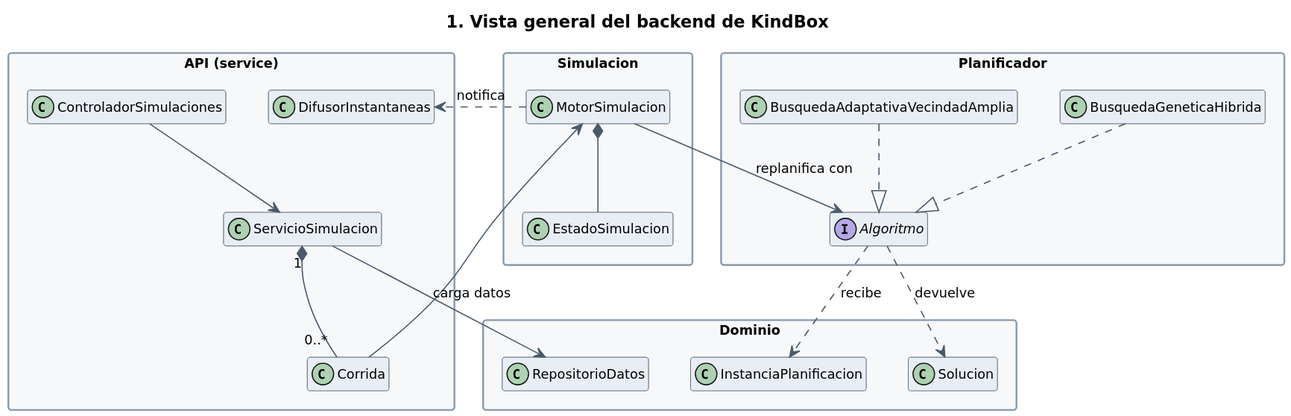
This is diagramas/clases/1-vista-general.svg from dp1-grupo-3c/metaheuristics-platform, a PlantUML export, as it was before one commit. The source it was exported from:
```plantuml
@startuml
!include estilo.iuml
hide members
title 1. Vista general del backend de KindBox

package "API (service)" {
  class ControladorSimulaciones
  class ServicioSimulacion
  class Corrida
  class DifusorInstantaneas
}

package "Simulacion" {
  class MotorSimulacion
  class EstadoSimulacion
}

package "Planificador" {
  interface Algoritmo
  class BusquedaGeneticaHibrida
  class BusquedaAdaptativaVecindadAmplia
}

package "Dominio" {
  class InstanciaPlanificacion
  class Solucion
  class RepositorioDatos
}

ControladorSimulaciones --> ServicioSimulacion
ServicioSimulacion "1" *-- "0..*" Corrida
Corrida --> MotorSimulacion
MotorSimulacion ..> DifusorInstantaneas : notifica
MotorSimulacion *-- EstadoSimulacion
MotorSimulacion --> Algoritmo : replanifica con
BusquedaGeneticaHibrida ..|> Algoritmo
BusquedaAdaptativaVecindadAmplia ..|> Algoritmo
Algoritmo ..> InstanciaPlanificacion : recibe
Algoritmo ..> Solucion : devuelve
ServicioSimulacion --> RepositorioDatos : carga datos
@enduml
```
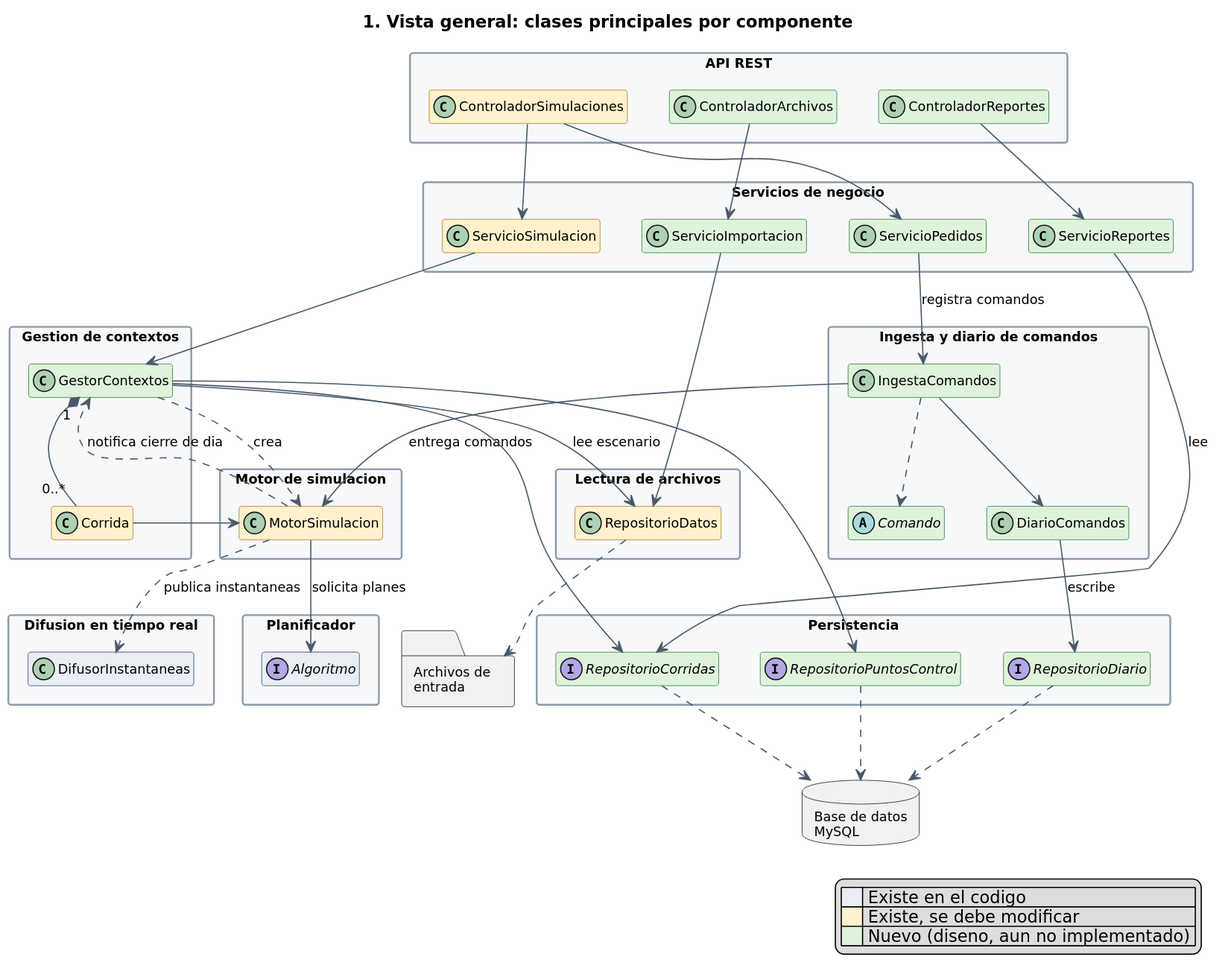
After the change.

The edit, as a diff of the source:
```diff
@@ -1,41 +1,75 @@
 @startuml
 !include estilo.iuml
+allowmixing
 hide members
-title 1. Vista general del backend de KindBox
+title 1. Vista general: clases principales por componente
 
-package "API (service)" {
-  class ControladorSimulaciones
-  class ServicioSimulacion
-  class Corrida
+package "API REST" as P_API {
+  class ControladorReportes <<nuevo>>
+  class ControladorSimulaciones <<modificar>>
+  class ControladorArchivos <<nuevo>>
+}
+package "Servicios de negocio" as P_SRV {
+  class ServicioSimulacion <<modificar>>
+  class ServicioPedidos <<nuevo>>
+  class ServicioImportacion <<nuevo>>
+  class ServicioReportes <<nuevo>>
+}
+package "Ingesta y diario de comandos" as P_ING {
+  class IngestaComandos <<nuevo>>
+  class DiarioComandos <<nuevo>>
+  abstract class Comando <<nuevo>>
+}
+package "Gestion de contextos" as P_CTX {
+  class GestorContextos <<nuevo>>
+  class Corrida <<modificar>>
+}
+package "Motor de simulacion" as P_MOT {
+  class MotorSimulacion <<modificar>>
+}
+package "Difusion en tiempo real" as P_DIF {
   class DifusorInstantaneas
 }
-
-package "Simulacion" {
-  class MotorSimulacion
-  class EstadoSimulacion
+package "Planificador" as P_PLA {
+  interface Algoritmo
+}
+package "Persistencia" as P_PER {
+  interface RepositorioCorridas <<nuevo>>
+  interface RepositorioPuntosControl <<nuevo>>
+  interface RepositorioDiario <<nuevo>>
+}
+package "Lectura de archivos" as P_ARC {
+  class RepositorioDatos <<modificar>>
 }
 
-package "Planificador" {
-  interface Algoritmo
-  class BusquedaGeneticaHibrida
-  class BusquedaAdaptativaVecindadAmplia
-}
-
-package "Dominio" {
-  class InstanciaPlanificacion
-  class Solucion
-  class RepositorioDatos
-}
+database "Base de datos\nMySQL" as BD
+folder "Archivos de\nentrada" as AR
 
 ControladorSimulaciones --> ServicioSimulacion
-ServicioSimulacion "1" *-- "0..*" Corrida
+ControladorSimulaciones --> ServicioPedidos
+ControladorArchivos --> ServicioImportacion
+ControladorReportes --> ServicioReportes
+ServicioReportes --> RepositorioCorridas : lee
+DiarioComandos --> RepositorioDiario : escribe
+ServicioPedidos --> IngestaComandos : registra comandos
+ServicioSimulacion --> GestorContextos
+ServicioImportacion --> RepositorioDatos
+IngestaComandos --> DiarioComandos
+IngestaComandos ..> Comando
+IngestaComandos --> MotorSimulacion : entrega comandos
+GestorContextos "1" *-- "0..*" Corrida
 Corrida --> MotorSimulacion
-MotorSimulacion ..> DifusorInstantaneas : notifica
-MotorSimulacion *-- EstadoSimulacion
-MotorSimulacion --> Algoritmo : replanifica con
-BusquedaGeneticaHibrida ..|> Algoritmo
-BusquedaAdaptativaVecindadAmplia ..|> Algoritmo
-Algoritmo ..> InstanciaPlanificacion : recibe
-Algoritmo ..> Solucion : devuelve
-ServicioSimulacion --> RepositorioDatos : carga datos
+GestorContextos ..> MotorSimulacion : crea
+MotorSimulacion ..> GestorContextos : notifica cierre de dia
+MotorSimulacion ..> DifusorInstantaneas : publica instantaneas
+MotorSimulacion --> Algoritmo : solicita planes
+GestorContextos --> RepositorioCorridas
+GestorContextos --> RepositorioPuntosControl
+GestorContextos --> RepositorioDatos : lee escenario
+RepositorioCorridas ..> BD
+RepositorioPuntosControl ..> BD
+RepositorioDiario ..> BD
+RepositorioDatos ..> AR
+
+!include leyenda.iuml
 @enduml
```
